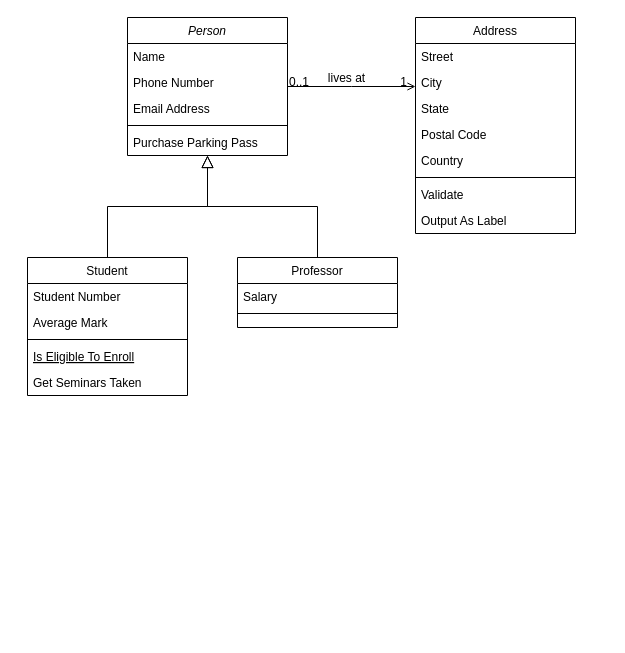
Earlier version of the draw.io diagram Class diagram.drawio (mrogur/inz_opr). Source tidied: cells renumbered, new cells numbered last; positions are measured from the earlier drawing's top-left corner, leaving out a move shared by most shapes. Both pictures are drawn from the tidied source at 100%, with x=0, y=0 at pixel (27, 17).
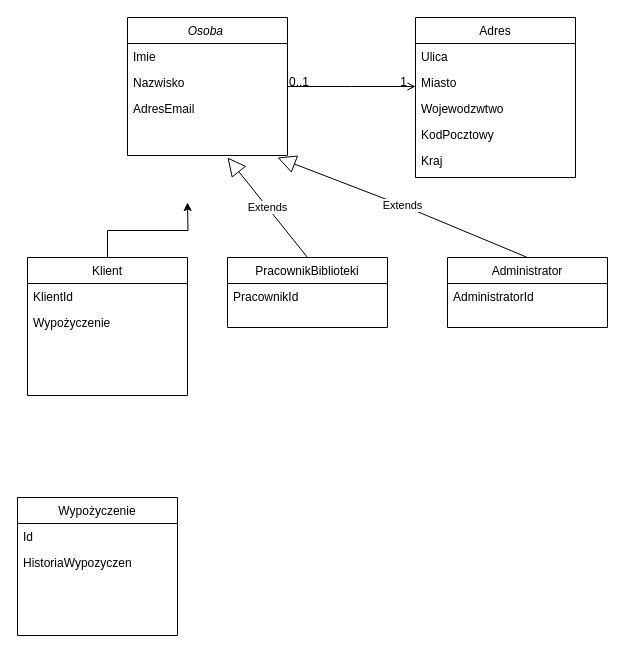
The same diagram, later.

Unchanged cells that the change refers to:
```xml
<mxCell id="28" style="endArrow=open;shadow=0;strokeWidth=1;rounded=0;endFill=1;edgeStyle=elbowEdgeStyle;elbow=vertical;" parent="1" edge="1" source="2" target="19">
  <mxGeometry x="0.5" y="41" relative="1" as="geometry">
    <mxPoint x="-40" y="32" as="offset" />
  </mxGeometry>
</mxCell>
```

What changed in the source:
```diff
@@
-    <mxCell id="2" value="Person" style="swimlane;fontStyle=2;align=center;verticalAlign=top;horizontal=1;startSize=26;rounded=0;shadow=0;strokeWidth=1;" parent="1" vertex="1">
+    <mxCell id="2" value="Osoba " style="swimlane;fontStyle=2;align=center;verticalAlign=top;horizontal=1;startSize=26;rounded=0;shadow=0;strokeWidth=1;" parent="1" vertex="1">
       <mxGeometry x="100" width="160" height="138" as="geometry" />
     </mxCell>
-    <mxCell id="3" value="Name" style="text;align=left;verticalAlign=top;spacingLeft=4;spacingRight=4;overflow=hidden;" parent="2" vertex="1">
+    <mxCell id="3" value="Imie" style="text;align=left;verticalAlign=top;spacingLeft=4;spacingRight=4;overflow=hidden;" parent="2" vertex="1">
       <mxGeometry y="26" width="160" height="26" as="geometry" />
     </mxCell>
-    <mxCell id="4" value="Phone Number" style="text;align=left;verticalAlign=top;spacingLeft=4;spacingRight=4;overflow=hidden;rounded=0;shadow=0;html=0;" parent="2" vertex="1">
+    <mxCell id="4" value="Nazwisko" style="text;align=left;verticalAlign=top;spacingLeft=4;spacingRight=4;overflow=hidden;rounded=0;shadow=0;html=0;" parent="2" vertex="1">
       <mxGeometry y="52" width="160" height="26" as="geometry" />
     </mxCell>
-    <mxCell id="5" value="Email Address" style="text;align=left;verticalAlign=top;spacingLeft=4;spacingRight=4;overflow=hidden;rounded=0;shadow=0;html=0;" parent="2" vertex="1">
+    <mxCell id="5" value="AdresEmail" style="text;align=left;verticalAlign=top;spacingLeft=4;spacingRight=4;overflow=hidden;rounded=0;shadow=0;html=0;" parent="2" vertex="1">
       <mxGeometry y="78" width="160" height="26" as="geometry" />
     </mxCell>
-    <mxCell id="6" style="line;html=1;strokeWidth=1;align=left;verticalAlign=middle;spacingTop=-1;spacingLeft=3;spacingRight=3;labelPosition=right;" parent="2" vertex="1">
-      <mxGeometry y="104" width="160" height="8" as="geometry" />
-    </mxCell>
-    <mxCell id="7" value="Purchase Parking Pass" style="text;align=left;verticalAlign=top;spacingLeft=4;spacingRight=4;overflow=hidden;" parent="2" vertex="1">
-      <mxGeometry y="112" width="160" height="26" as="geometry" />
-    </mxCell>
+    <mxCell id="32" style="edgeStyle=orthogonalEdgeStyle;rounded=0;jettySize=auto;html=1;" parent="1" edge="1" source="8">
+      <mxGeometry relative="1" as="geometry">
+        <mxPoint x="160" y="185" as="targetPoint" />
+      </mxGeometry>
+    </mxCell>
-    <mxCell id="8" value="Student" style="swimlane;fontStyle=0;align=center;verticalAlign=top;horizontal=1;startSize=26;rounded=0;shadow=0;strokeWidth=1;" parent="1" vertex="1">
+    <mxCell id="8" value="Klient&#10;" style="swimlane;fontStyle=0;align=center;verticalAlign=top;horizontal=1;startSize=26;rounded=0;shadow=0;strokeWidth=1;" parent="1" vertex="1">
       <mxGeometry y="240" width="160" height="138" as="geometry" />
     </mxCell>
-    <mxCell id="9" value="Student Number" style="text;align=left;verticalAlign=top;spacingLeft=4;spacingRight=4;overflow=hidden;" parent="8" vertex="1">
+    <mxCell id="9" value="KlientId" style="text;align=left;verticalAlign=top;spacingLeft=4;spacingRight=4;overflow=hidden;" parent="8" vertex="1">
       <mxGeometry y="26" width="160" height="26" as="geometry" />
     </mxCell>
-    <mxCell id="10" value="Average Mark" style="text;align=left;verticalAlign=top;spacingLeft=4;spacingRight=4;overflow=hidden;rounded=0;shadow=0;html=0;" parent="8" vertex="1">
+    <mxCell id="10" value="Wypożyczenie" style="text;align=left;verticalAlign=top;spacingLeft=4;spacingRight=4;overflow=hidden;rounded=0;shadow=0;html=0;" parent="8" vertex="1">
       <mxGeometry y="52" width="160" height="26" as="geometry" />
     </mxCell>
-    <mxCell id="11" style="line;html=1;strokeWidth=1;align=left;verticalAlign=middle;spacingTop=-1;spacingLeft=3;spacingRight=3;labelPosition=right;" parent="8" vertex="1">
-      <mxGeometry y="78" width="160" height="8" as="geometry" />
-    </mxCell>
-    <mxCell id="12" value="Is Eligible To Enroll" style="text;align=left;verticalAlign=top;spacingLeft=4;spacingRight=4;overflow=hidden;fontStyle=4;" parent="8" vertex="1">
-      <mxGeometry y="86" width="160" height="26" as="geometry" />
-    </mxCell>
-    <mxCell id="13" value="Get Seminars Taken" style="text;align=left;verticalAlign=top;spacingLeft=4;spacingRight=4;overflow=hidden;" parent="8" vertex="1">
-      <mxGeometry y="112" width="160" height="26" as="geometry" />
-    </mxCell>
-    <mxCell id="14" style="endArrow=block;endSize=10;endFill=0;shadow=0;strokeWidth=1;rounded=0;edgeStyle=elbowEdgeStyle;elbow=vertical;" parent="1" edge="1" source="8" target="2">
-      <mxGeometry relative="1" as="geometry" />
-    </mxCell>
-    <mxCell id="15" value="Professor" style="swimlane;fontStyle=0;align=center;verticalAlign=top;horizontal=1;startSize=26;rounded=0;shadow=0;strokeWidth=1;" parent="1" vertex="1">
-      <mxGeometry x="210" y="240" width="160" height="70" as="geometry" />
+    <mxCell id="15" value="PracownikBiblioteki" style="swimlane;fontStyle=0;align=center;verticalAlign=top;horizontal=1;startSize=26;rounded=0;shadow=0;strokeWidth=1;" parent="1" vertex="1">
+      <mxGeometry x="200" y="240" width="160" height="70" as="geometry" />
     </mxCell>
-    <mxCell id="16" value="Salary" style="text;align=left;verticalAlign=top;spacingLeft=4;spacingRight=4;overflow=hidden;" parent="15" vertex="1">
+    <mxCell id="16" value="PracownikId&#10;" style="text;align=left;verticalAlign=top;spacingLeft=4;spacingRight=4;overflow=hidden;" parent="15" vertex="1">
       <mxGeometry y="26" width="160" height="26" as="geometry" />
     </mxCell>
-    <mxCell id="17" style="line;html=1;strokeWidth=1;align=left;verticalAlign=middle;spacingTop=-1;spacingLeft=3;spacingRight=3;labelPosition=right;" parent="15" vertex="1">
-      <mxGeometry y="52" width="160" height="8" as="geometry" />
-    </mxCell>
-    <mxCell id="18" style="endArrow=block;endSize=10;endFill=0;shadow=0;strokeWidth=1;rounded=0;edgeStyle=elbowEdgeStyle;elbow=vertical;" parent="1" edge="1" source="15" target="2">
-      <mxGeometry relative="1" as="geometry" />
-    </mxCell>
-    <mxCell id="19" value="Address" style="swimlane;fontStyle=0;align=center;verticalAlign=top;horizontal=1;startSize=26;rounded=0;shadow=0;strokeWidth=1;" parent="1" vertex="1">
-      <mxGeometry x="388" width="160" height="216" as="geometry" />
+    <mxCell id="19" value="Adres&#10;" style="swimlane;fontStyle=0;align=center;verticalAlign=top;horizontal=1;startSize=26;rounded=0;shadow=0;strokeWidth=1;" parent="1" vertex="1">
+      <mxGeometry x="388" width="160" height="160" as="geometry" />
     </mxCell>
-    <mxCell id="20" value="Street" style="text;align=left;verticalAlign=top;spacingLeft=4;spacingRight=4;overflow=hidden;" parent="19" vertex="1">
+    <mxCell id="20" value="Ulica" style="text;align=left;verticalAlign=top;spacingLeft=4;spacingRight=4;overflow=hidden;" parent="19" vertex="1">
       <mxGeometry y="26" width="160" height="26" as="geometry" />
     </mxCell>
-    <mxCell id="21" value="City" style="text;align=left;verticalAlign=top;spacingLeft=4;spacingRight=4;overflow=hidden;rounded=0;shadow=0;html=0;" parent="19" vertex="1">
+    <mxCell id="21" value="Miasto" style="text;align=left;verticalAlign=top;spacingLeft=4;spacingRight=4;overflow=hidden;rounded=0;shadow=0;html=0;" parent="19" vertex="1">
       <mxGeometry y="52" width="160" height="26" as="geometry" />
     </mxCell>
-    <mxCell id="22" value="State" style="text;align=left;verticalAlign=top;spacingLeft=4;spacingRight=4;overflow=hidden;rounded=0;shadow=0;html=0;" parent="19" vertex="1">
+    <mxCell id="22" value="Wojewodzwtwo    " style="text;align=left;verticalAlign=top;spacingLeft=4;spacingRight=4;overflow=hidden;rounded=0;shadow=0;html=0;" parent="19" vertex="1">
       <mxGeometry y="78" width="160" height="26" as="geometry" />
     </mxCell>
-    <mxCell id="23" value="Postal Code" style="text;align=left;verticalAlign=top;spacingLeft=4;spacingRight=4;overflow=hidden;rounded=0;shadow=0;html=0;" parent="19" vertex="1">
+    <mxCell id="23" value="KodPocztowy" style="text;align=left;verticalAlign=top;spacingLeft=4;spacingRight=4;overflow=hidden;rounded=0;shadow=0;html=0;" parent="19" vertex="1">
       <mxGeometry y="104" width="160" height="26" as="geometry" />
     </mxCell>
-    <mxCell id="24" value="Country" style="text;align=left;verticalAlign=top;spacingLeft=4;spacingRight=4;overflow=hidden;rounded=0;shadow=0;html=0;" parent="19" vertex="1">
+    <mxCell id="24" value="Kraj" style="text;align=left;verticalAlign=top;spacingLeft=4;spacingRight=4;overflow=hidden;rounded=0;shadow=0;html=0;" parent="19" vertex="1">
       <mxGeometry y="130" width="160" height="26" as="geometry" />
     </mxCell>
-    <mxCell id="25" style="line;html=1;strokeWidth=1;align=left;verticalAlign=middle;spacingTop=-1;spacingLeft=3;spacingRight=3;labelPosition=right;" parent="19" vertex="1">
-      <mxGeometry y="156" width="160" height="8" as="geometry" />
-    </mxCell>
-    <mxCell id="26" value="Validate" style="text;align=left;verticalAlign=top;spacingLeft=4;spacingRight=4;overflow=hidden;" parent="19" vertex="1">
-      <mxGeometry y="164" width="160" height="26" as="geometry" />
-    </mxCell>
-    <mxCell id="27" value="Output As Label" style="text;align=left;verticalAlign=top;spacingLeft=4;spacingRight=4;overflow=hidden;" parent="19" vertex="1">
-      <mxGeometry y="190" width="160" height="26" as="geometry" />
-    </mxCell>
@@
-    <mxCell id="31" value="lives at" style="text;html=1;align=center;verticalAlign=middle;labelBackgroundColor=none;rounded=0;shadow=0;strokeWidth=1;fontSize=12;" parent="28" vertex="1">
-      <mxGeometry x="0.5" y="49" relative="1" as="geometry">
-        <mxPoint x="-38" y="40" as="offset" />
-      </mxGeometry>
-    </mxCell>
+    <mxCell id="33" value="Administrator" style="swimlane;fontStyle=0;align=center;verticalAlign=top;horizontal=1;startSize=26;rounded=0;shadow=0;strokeWidth=1;" parent="1" vertex="1">
+      <mxGeometry x="420" y="240" width="160" height="70" as="geometry" />
+    </mxCell>
+    <mxCell id="34" value="AdministratorId&#10;" style="text;align=left;verticalAlign=top;spacingLeft=4;spacingRight=4;overflow=hidden;" parent="33" vertex="1">
+      <mxGeometry y="26" width="160" height="26" as="geometry" />
+    </mxCell>
+    <mxCell id="35" value="Wypożyczenie" style="swimlane;fontStyle=0;align=center;verticalAlign=top;horizontal=1;startSize=26;rounded=0;shadow=0;strokeWidth=1;" parent="1" vertex="1">
+      <mxGeometry x="-10" y="480" width="160" height="138" as="geometry" />
+    </mxCell>
+    <mxCell id="36" value="Id" style="text;align=left;verticalAlign=top;spacingLeft=4;spacingRight=4;overflow=hidden;" parent="35" vertex="1">
+      <mxGeometry y="26" width="160" height="26" as="geometry" />
+    </mxCell>
+    <mxCell id="37" value="HistoriaWypozyczen" style="text;align=left;verticalAlign=top;spacingLeft=4;spacingRight=4;overflow=hidden;rounded=0;shadow=0;html=0;" parent="35" vertex="1">
+      <mxGeometry y="52" width="160" height="26" as="geometry" />
+    </mxCell>
+    <mxCell id="38" value="Extends" style="endArrow=block;endSize=16;endFill=0;html=1;rounded=0;exitX=0.5;exitY=0;exitDx=0;exitDy=0;" parent="1" edge="1" source="33">
+      <mxGeometry relative="1" as="geometry">
+        <mxPoint x="250" y="140" as="targetPoint" />
+        <Array as="points">
+          <mxPoint x="380" y="190" />
+        </Array>
+      </mxGeometry>
+    </mxCell>
+    <mxCell id="39" value="Extends" style="endArrow=block;endSize=16;endFill=0;html=1;rounded=0;exitX=0.5;exitY=0;exitDx=0;exitDy=0;" parent="1" edge="1" source="15">
+      <mxGeometry relative="1" as="geometry">
+        <mxPoint x="200" y="140" as="targetPoint" />
+      </mxGeometry>
+    </mxCell>
```
